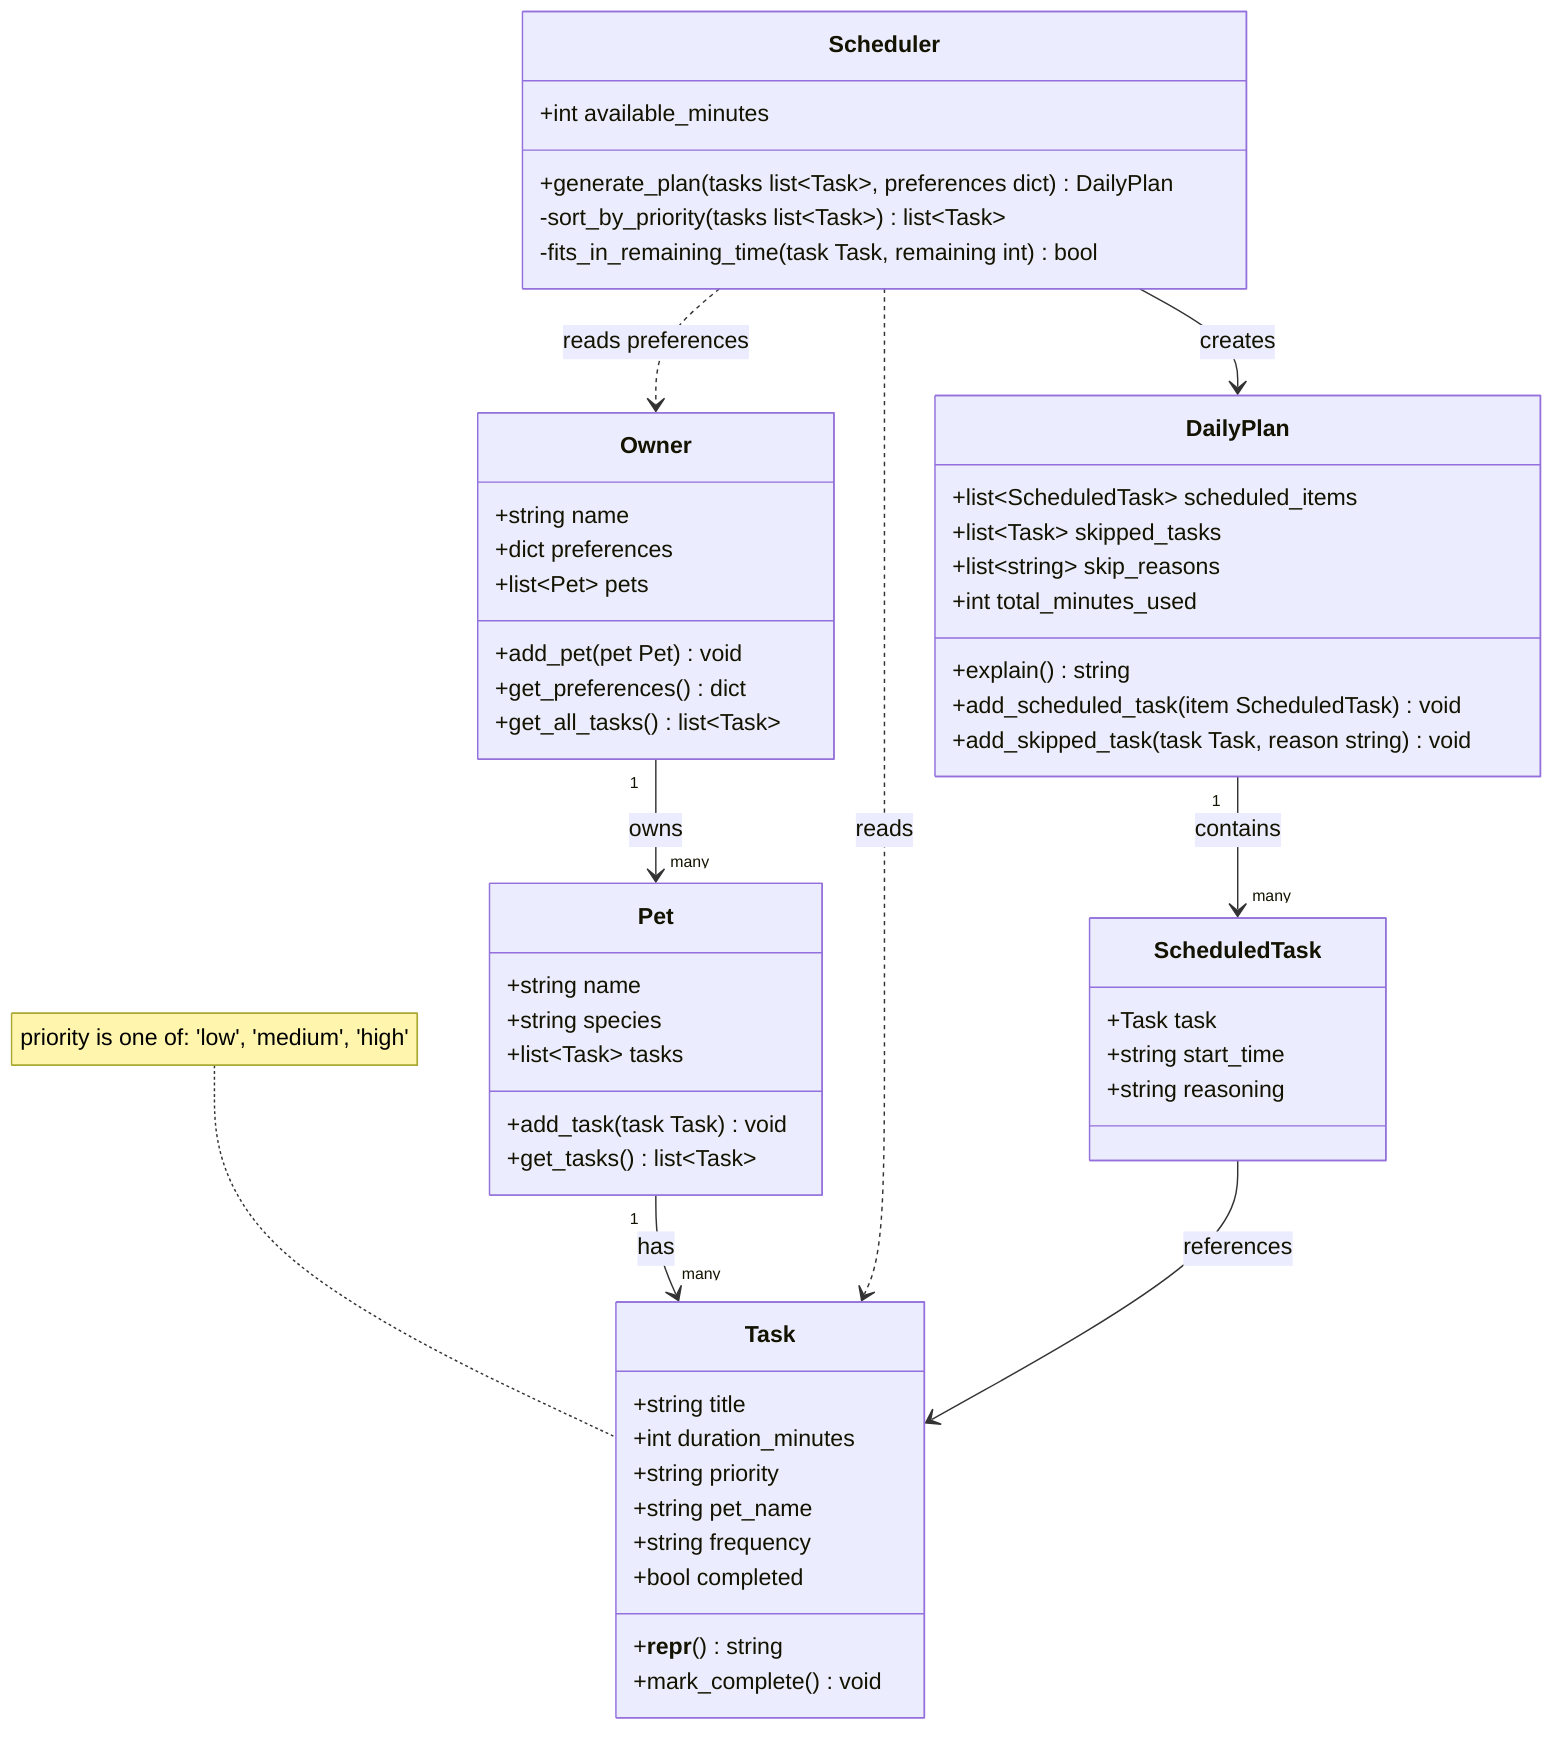
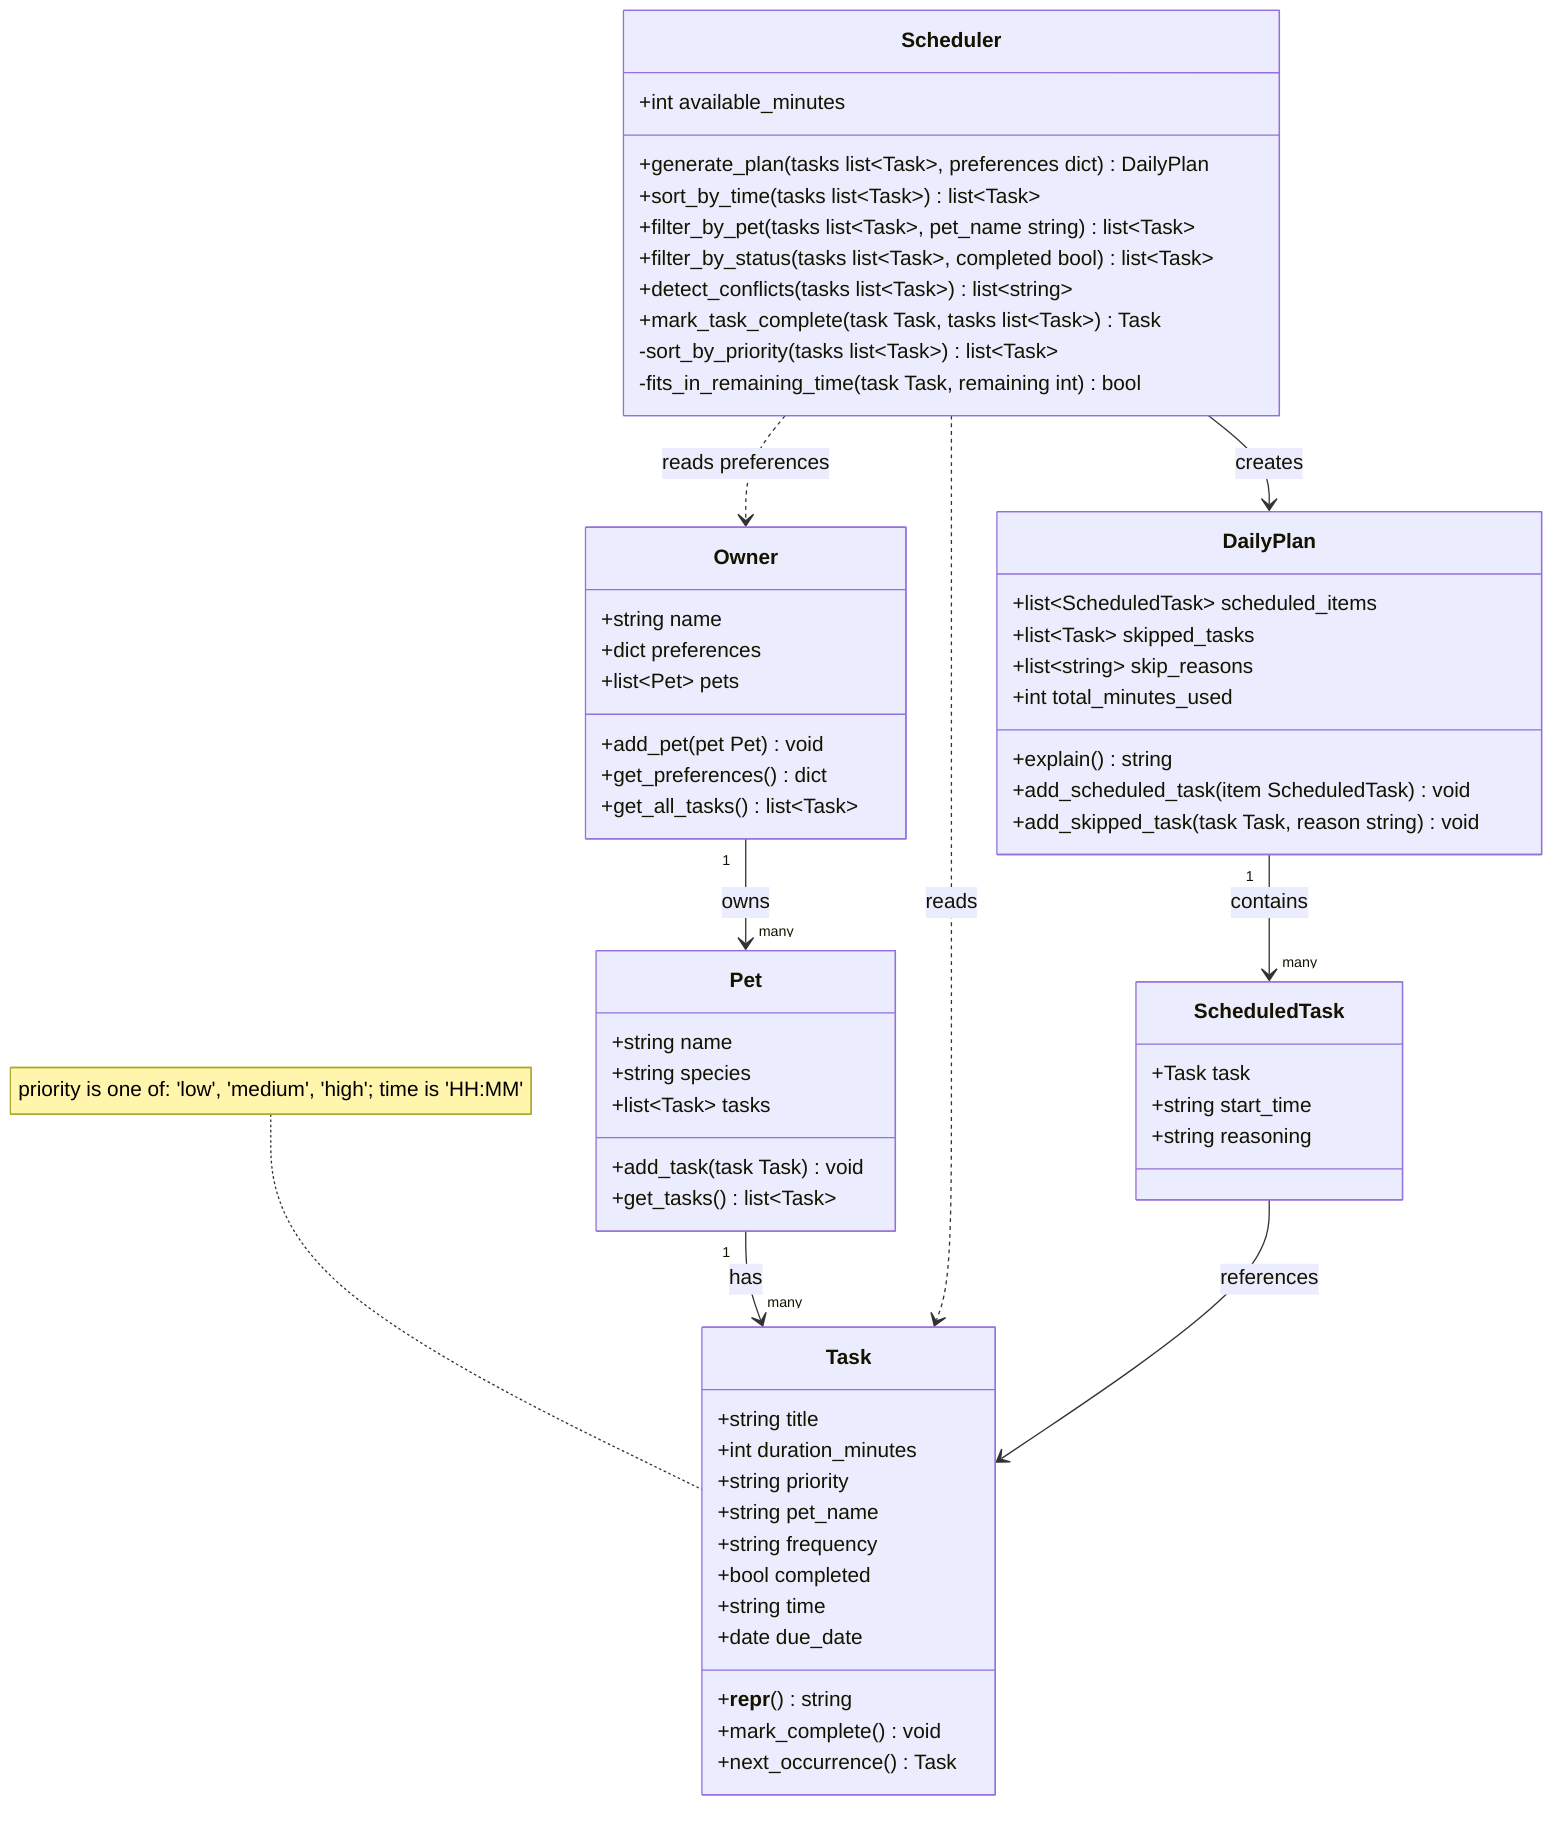
classDiagram
    %% PawPal+ UML — supports the three core user actions:
    %% 1) Add a pet and owner profile
    %% 2) Add a pet care task
    %% 3) Generate and view today's plan

    class Owner {
        +string name
        +dict preferences
        +list~Pet~ pets
        +add_pet(pet Pet) void
        +get_preferences() dict
        +get_all_tasks() list~Task~
    }

    class Pet {
        +string name
        +string species
        +list~Task~ tasks
        +add_task(task Task) void
        +get_tasks() list~Task~
    }

    class Task {
        +string title
        +int duration_minutes
        +string priority
        +string pet_name
        +string frequency
        +bool completed
+         +string time
+         +date due_date
        +__repr__() string
        +mark_complete() void
+         +next_occurrence() Task
    }
-     note for Task "priority is one of: 'low', 'medium', 'high'"
+     note for Task "priority is one of: 'low', 'medium', 'high'; time is 'HH:MM'"

    class Scheduler {
        +int available_minutes
        +generate_plan(tasks list~Task~, preferences dict) DailyPlan
+         +sort_by_time(tasks list~Task~) list~Task~
+         +filter_by_pet(tasks list~Task~, pet_name string) list~Task~
+         +filter_by_status(tasks list~Task~, completed bool) list~Task~
+         +detect_conflicts(tasks list~Task~) list~string~
+         +mark_task_complete(task Task, tasks list~Task~) Task
        -sort_by_priority(tasks list~Task~) list~Task~
        -fits_in_remaining_time(task Task, remaining int) bool
    }

    class DailyPlan {
        +list~ScheduledTask~ scheduled_items
        +list~Task~ skipped_tasks
        +list~string~ skip_reasons
        +int total_minutes_used
        +explain() string
        +add_scheduled_task(item ScheduledTask) void
        +add_skipped_task(task Task, reason string) void
    }

    class ScheduledTask {
        +Task task
        +string start_time
        +string reasoning
    }

    Owner "1" --> "many" Pet : owns
    Pet "1" --> "many" Task : has
    Scheduler ..> Task : reads
    Scheduler ..> Owner : reads preferences
    Scheduler --> DailyPlan : creates
    DailyPlan "1" --> "many" ScheduledTask : contains
    ScheduledTask --> Task : references
